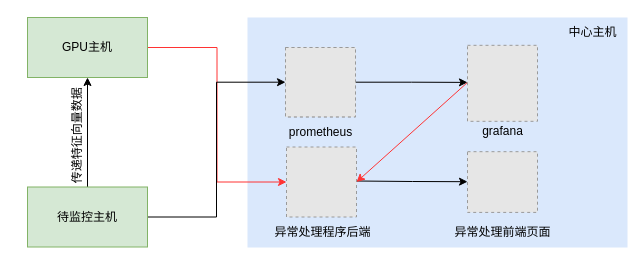
The draw.io diagram 数据收集实现架构图.drawio in poetlife/diagrams, before the edit. Source tidied: cells renumbered, new cells numbered last; positions are measured from the earlier drawing's top-left corner, leaving out a move shared by most shapes. Both pictures are drawn from the tidied source at 100%, with x=0, y=0 at pixel (17, 17). Pictures stored in the file or linked from it are replaced by grey dashed boxes.
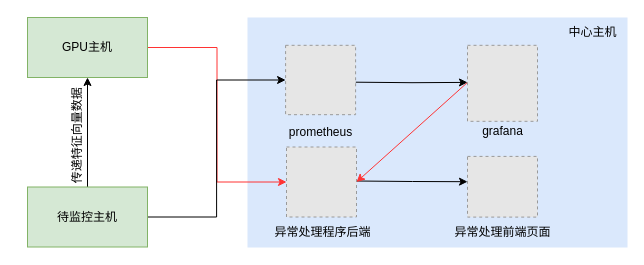
The same page after the edit.

Commit message (it also covers changes not shown here):
更新数据收集实现架构图.drawio

Unchanged cells that the change refers to:
```xml
<mxCell id="10" value="待监控主机" style="rounded=0;whiteSpace=wrap;html=1;fillColor=#d5e8d4;strokeColor=#82b366;" parent="1" vertex="1">
  <mxGeometry x="10" y="169.5" width="120" height="60" as="geometry" />
</mxCell>
```

Change to the diagram source:
```diff
@@
-    <mxCell id="3" style="edgeStyle=orthogonalEdgeStyle;rounded=0;jettySize=auto;html=1;exitX=1;exitY=0.5;exitDx=0;exitDy=0;entryX=0;entryY=0.5;entryDx=0;entryDy=0;" parent="1" edge="1" source="4">
+    <mxCell id="3" style="edgeStyle=orthogonalEdgeStyle;rounded=0;orthogonalLoop=1;jettySize=auto;html=1;exitX=1;exitY=0.5;exitDx=0;exitDy=0;entryX=0;entryY=0.5;entryDx=0;entryDy=0;" parent="1" edge="1">
       <mxGeometry relative="1" as="geometry">
+        <mxPoint x="338" y="64.7" as="sourcePoint" />
         <mxPoint x="450" y="64.9" as="targetPoint" />
       </mxGeometry>
     </mxCell>
-    <mxCell id="4" style="fillColor=#E6E6E6;strokeColor=#999999;dashed=1;verticalLabelPosition=bottom;labelBackgroundColor=default;verticalAlign=top;" parent="1" vertex="1">
-      <mxGeometry x="268" y="30" width="70" height="69.4" as="geometry" />
-    </mxCell>
@@
-    <mxCell id="8" style="edgeStyle=orthogonalEdgeStyle;rounded=0;jettySize=auto;html=1;exitX=1;exitY=0.5;exitDx=0;exitDy=0;entryX=0;entryY=0.5;entryDx=0;entryDy=0;" parent="1" edge="1" source="10" target="4">
+    <mxCell id="8" style="edgeStyle=orthogonalEdgeStyle;rounded=0;jettySize=auto;html=1;exitX=1;exitY=0.5;exitDx=0;exitDy=0;entryX=0;entryY=0.5;entryDx=0;entryDy=0;" parent="1" edge="1" source="10" target="22">
       <mxGeometry relative="1" as="geometry" />
     </mxCell>
@@
-    <mxCell id="20" style="fillColor=#E6E6E6;strokeColor=#999999;dashed=1;verticalLabelPosition=bottom;labelBackgroundColor=default;verticalAlign=top;" parent="1" vertex="1">
-      <mxGeometry x="450" y="134.2" width="70" height="60.7" as="geometry" />
-    </mxCell>
-    <mxCell id="21" style="fillColor=#E6E6E6;strokeColor=#999999;dashed=1;verticalLabelPosition=bottom;labelBackgroundColor=default;verticalAlign=top;" parent="1" vertex="1">
-      <mxGeometry x="268" y="30" width="70" height="69.4" as="geometry" />
-    </mxCell>
+    <mxCell id="22" style="fillColor=#E6E6E6;strokeColor=#999999;dashed=1;verticalLabelPosition=bottom;labelBackgroundColor=default;verticalAlign=top;" parent="1" vertex="1">
+      <mxGeometry x="268.1" y="27.8" width="70" height="69.4" as="geometry" />
+    </mxCell>
+    <mxCell id="23" style="fillColor=#E6E6E6;strokeColor=#999999;dashed=1;verticalLabelPosition=bottom;labelBackgroundColor=default;verticalAlign=top;" parent="1" vertex="1">
+      <mxGeometry x="450" y="138.9" width="70" height="60.7" as="geometry" />
+    </mxCell>
```
